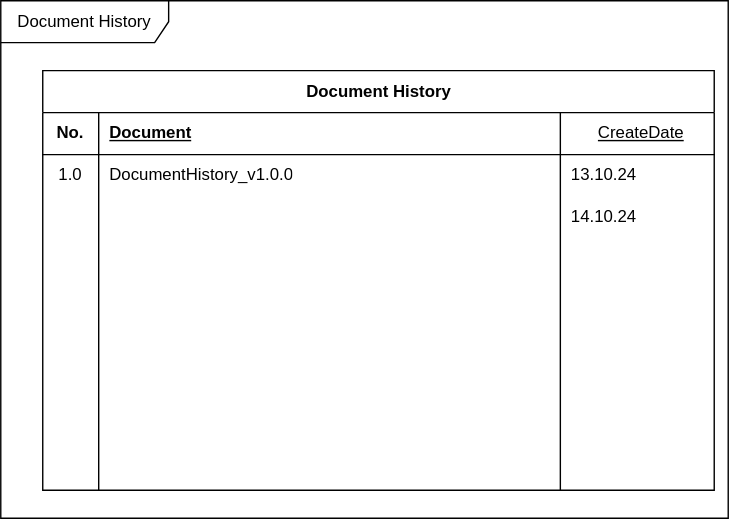
This is Document/WeadinatorDocumentation.svg from cjungwo/Weadinator, a draw.io export, as it was before one commit. Source tidied: cells renumbered, new cells last; positions are measured from the earlier drawing's top-left corner, leaving out a move shared by most shapes.
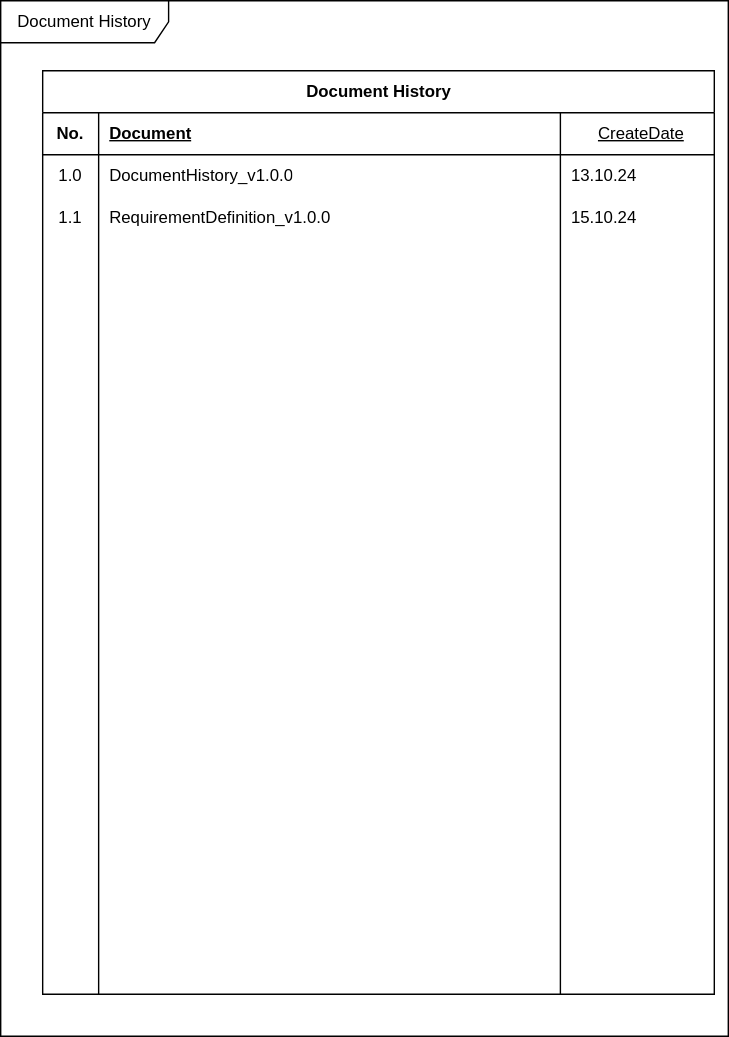
Above is the later version.

Commit message:
#2 - update to add requirement definition

The edit, as a diff of the source:
```diff
@@ -3,10 +3,10 @@
     <mxCell id="0" />
     <mxCell id="1" parent="0" />
     <mxCell id="2" value="Document History" style="shape=umlFrame;whiteSpace=wrap;html=1;width=120;height=30;" parent="1" vertex="1">
-      <mxGeometry width="520" height="370" as="geometry" />
+      <mxGeometry width="520" height="740" as="geometry" />
     </mxCell>
     <mxCell id="3" value="Document History" style="shape=table;startSize=30;rowLines=0;fontStyle=1;align=center;html=1;" parent="2" vertex="1">
-      <mxGeometry x="30" y="50" width="480" height="300" as="geometry" />
+      <mxGeometry x="30" y="50" width="480" height="660" as="geometry" />
     </mxCell>
     <mxCell id="4" style="shape=tableRow;horizontal=0;startSize=0;swimlaneHead=0;swimlaneBody=0;fillColor=none;top=0;left=0;right=0;bottom=1;" parent="3" vertex="1">
       <mxGeometry y="30" width="480" height="30" as="geometry" />
@@ -35,13 +35,13 @@
     <mxCell id="12" style="shape=tableRow;horizontal=0;startSize=0;swimlaneHead=0;swimlaneBody=0;fillColor=none;top=0;left=0;right=0;bottom=0;" parent="3" vertex="1">
       <mxGeometry y="90" width="480" height="30" as="geometry" />
     </mxCell>
-    <mxCell id="13" style="shape=partialRectangle;fillColor=none;top=0;left=0;bottom=0;right=0;overflow=hidden;whiteSpace=wrap;html=1;" parent="12" vertex="1">
+    <mxCell id="13" value="1.1" style="shape=partialRectangle;fillColor=none;top=0;left=0;bottom=0;right=0;overflow=hidden;whiteSpace=wrap;html=1;" parent="12" vertex="1">
       <mxGeometry width="40" height="30" as="geometry" />
     </mxCell>
-    <mxCell id="14" style="shape=partialRectangle;fillColor=none;top=0;left=0;bottom=0;right=0;align=left;spacingLeft=6;overflow=hidden;whiteSpace=wrap;html=1;" parent="12" vertex="1">
+    <mxCell id="14" value="RequirementDefinition_v1.0.0" style="shape=partialRectangle;fillColor=none;top=0;left=0;bottom=0;right=0;align=left;spacingLeft=6;overflow=hidden;whiteSpace=wrap;html=1;" parent="12" vertex="1">
       <mxGeometry x="40" width="330" height="30" as="geometry" />
     </mxCell>
-    <mxCell id="15" value="14.10.24" style="shape=partialRectangle;fillColor=none;top=0;left=0;bottom=0;right=0;align=left;spacingLeft=6;overflow=hidden;whiteSpace=wrap;html=1;" parent="12" vertex="1">
+    <mxCell id="15" value="15.10.24" style="shape=partialRectangle;fillColor=none;top=0;left=0;bottom=0;right=0;align=left;spacingLeft=6;overflow=hidden;whiteSpace=wrap;html=1;" parent="12" vertex="1">
       <mxGeometry x="370" width="110" height="30" as="geometry" />
     </mxCell>
     <mxCell id="16" style="shape=tableRow;horizontal=0;startSize=0;swimlaneHead=0;swimlaneBody=0;fillColor=none;top=0;left=0;right=0;bottom=0;" parent="3" vertex="1">
@@ -116,5 +116,149 @@
     <mxCell id="39" style="shape=partialRectangle;fillColor=none;top=0;left=0;bottom=0;right=0;align=left;spacingLeft=6;overflow=hidden;whiteSpace=wrap;html=1;" parent="36" vertex="1">
       <mxGeometry x="370" width="110" height="30" as="geometry" />
     </mxCell>
+    <mxCell id="40" style="shape=tableRow;horizontal=0;startSize=0;swimlaneHead=0;swimlaneBody=0;fillColor=none;top=0;left=0;right=0;bottom=0;" parent="3" vertex="1">
+      <mxGeometry y="300" width="480" height="30" as="geometry" />
+    </mxCell>
+    <mxCell id="41" style="shape=partialRectangle;fillColor=none;top=0;left=0;bottom=0;right=0;overflow=hidden;whiteSpace=wrap;html=1;" parent="40" vertex="1">
+      <mxGeometry width="40" height="30" as="geometry" />
+    </mxCell>
+    <mxCell id="42" style="shape=partialRectangle;fillColor=none;top=0;left=0;bottom=0;right=0;align=left;spacingLeft=6;overflow=hidden;whiteSpace=wrap;html=1;" parent="40" vertex="1">
+      <mxGeometry x="40" width="330" height="30" as="geometry" />
+    </mxCell>
+    <mxCell id="43" style="shape=partialRectangle;fillColor=none;top=0;left=0;bottom=0;right=0;align=left;spacingLeft=6;overflow=hidden;whiteSpace=wrap;html=1;" parent="40" vertex="1">
+      <mxGeometry x="370" width="110" height="30" as="geometry" />
+    </mxCell>
+    <mxCell id="44" style="shape=tableRow;horizontal=0;startSize=0;swimlaneHead=0;swimlaneBody=0;fillColor=none;top=0;left=0;right=0;bottom=0;" parent="3" vertex="1">
+      <mxGeometry y="330" width="480" height="30" as="geometry" />
+    </mxCell>
+    <mxCell id="45" style="shape=partialRectangle;fillColor=none;top=0;left=0;bottom=0;right=0;overflow=hidden;whiteSpace=wrap;html=1;" parent="44" vertex="1">
+      <mxGeometry width="40" height="30" as="geometry" />
+    </mxCell>
+    <mxCell id="46" style="shape=partialRectangle;fillColor=none;top=0;left=0;bottom=0;right=0;align=left;spacingLeft=6;overflow=hidden;whiteSpace=wrap;html=1;" parent="44" vertex="1">
+      <mxGeometry x="40" width="330" height="30" as="geometry" />
+    </mxCell>
+    <mxCell id="47" style="shape=partialRectangle;fillColor=none;top=0;left=0;bottom=0;right=0;align=left;spacingLeft=6;overflow=hidden;whiteSpace=wrap;html=1;" parent="44" vertex="1">
+      <mxGeometry x="370" width="110" height="30" as="geometry" />
+    </mxCell>
+    <mxCell id="48" style="shape=tableRow;horizontal=0;startSize=0;swimlaneHead=0;swimlaneBody=0;fillColor=none;top=0;left=0;right=0;bottom=0;" parent="3" vertex="1">
+      <mxGeometry y="360" width="480" height="30" as="geometry" />
+    </mxCell>
+    <mxCell id="49" style="shape=partialRectangle;fillColor=none;top=0;left=0;bottom=0;right=0;overflow=hidden;whiteSpace=wrap;html=1;" parent="48" vertex="1">
+      <mxGeometry width="40" height="30" as="geometry" />
+    </mxCell>
+    <mxCell id="50" style="shape=partialRectangle;fillColor=none;top=0;left=0;bottom=0;right=0;align=left;spacingLeft=6;overflow=hidden;whiteSpace=wrap;html=1;" parent="48" vertex="1">
+      <mxGeometry x="40" width="330" height="30" as="geometry" />
+    </mxCell>
+    <mxCell id="51" style="shape=partialRectangle;fillColor=none;top=0;left=0;bottom=0;right=0;align=left;spacingLeft=6;overflow=hidden;whiteSpace=wrap;html=1;" parent="48" vertex="1">
+      <mxGeometry x="370" width="110" height="30" as="geometry" />
+    </mxCell>
+    <mxCell id="52" style="shape=tableRow;horizontal=0;startSize=0;swimlaneHead=0;swimlaneBody=0;fillColor=none;top=0;left=0;right=0;bottom=0;" parent="3" vertex="1">
+      <mxGeometry y="390" width="480" height="30" as="geometry" />
+    </mxCell>
+    <mxCell id="53" style="shape=partialRectangle;fillColor=none;top=0;left=0;bottom=0;right=0;overflow=hidden;whiteSpace=wrap;html=1;" parent="52" vertex="1">
+      <mxGeometry width="40" height="30" as="geometry" />
+    </mxCell>
+    <mxCell id="54" style="shape=partialRectangle;fillColor=none;top=0;left=0;bottom=0;right=0;align=left;spacingLeft=6;overflow=hidden;whiteSpace=wrap;html=1;" parent="52" vertex="1">
+      <mxGeometry x="40" width="330" height="30" as="geometry" />
+    </mxCell>
+    <mxCell id="55" style="shape=partialRectangle;fillColor=none;top=0;left=0;bottom=0;right=0;align=left;spacingLeft=6;overflow=hidden;whiteSpace=wrap;html=1;" parent="52" vertex="1">
+      <mxGeometry x="370" width="110" height="30" as="geometry" />
+    </mxCell>
+    <mxCell id="56" style="shape=tableRow;horizontal=0;startSize=0;swimlaneHead=0;swimlaneBody=0;fillColor=none;top=0;left=0;right=0;bottom=0;" parent="3" vertex="1">
+      <mxGeometry y="420" width="480" height="30" as="geometry" />
+    </mxCell>
+    <mxCell id="57" style="shape=partialRectangle;fillColor=none;top=0;left=0;bottom=0;right=0;overflow=hidden;whiteSpace=wrap;html=1;" parent="56" vertex="1">
+      <mxGeometry width="40" height="30" as="geometry" />
+    </mxCell>
+    <mxCell id="58" style="shape=partialRectangle;fillColor=none;top=0;left=0;bottom=0;right=0;align=left;spacingLeft=6;overflow=hidden;whiteSpace=wrap;html=1;" parent="56" vertex="1">
+      <mxGeometry x="40" width="330" height="30" as="geometry" />
+    </mxCell>
+    <mxCell id="59" style="shape=partialRectangle;fillColor=none;top=0;left=0;bottom=0;right=0;align=left;spacingLeft=6;overflow=hidden;whiteSpace=wrap;html=1;" parent="56" vertex="1">
+      <mxGeometry x="370" width="110" height="30" as="geometry" />
+    </mxCell>
+    <mxCell id="60" style="shape=tableRow;horizontal=0;startSize=0;swimlaneHead=0;swimlaneBody=0;fillColor=none;top=0;left=0;right=0;bottom=0;" parent="3" vertex="1">
+      <mxGeometry y="450" width="480" height="30" as="geometry" />
+    </mxCell>
+    <mxCell id="61" style="shape=partialRectangle;fillColor=none;top=0;left=0;bottom=0;right=0;overflow=hidden;whiteSpace=wrap;html=1;" parent="60" vertex="1">
+      <mxGeometry width="40" height="30" as="geometry" />
+    </mxCell>
+    <mxCell id="62" style="shape=partialRectangle;fillColor=none;top=0;left=0;bottom=0;right=0;align=left;spacingLeft=6;overflow=hidden;whiteSpace=wrap;html=1;" parent="60" vertex="1">
+      <mxGeometry x="40" width="330" height="30" as="geometry" />
+    </mxCell>
+    <mxCell id="63" style="shape=partialRectangle;fillColor=none;top=0;left=0;bottom=0;right=0;align=left;spacingLeft=6;overflow=hidden;whiteSpace=wrap;html=1;" parent="60" vertex="1">
+      <mxGeometry x="370" width="110" height="30" as="geometry" />
+    </mxCell>
+    <mxCell id="64" style="shape=tableRow;horizontal=0;startSize=0;swimlaneHead=0;swimlaneBody=0;fillColor=none;top=0;left=0;right=0;bottom=0;" parent="3" vertex="1">
+      <mxGeometry y="480" width="480" height="30" as="geometry" />
+    </mxCell>
+    <mxCell id="65" style="shape=partialRectangle;fillColor=none;top=0;left=0;bottom=0;right=0;overflow=hidden;whiteSpace=wrap;html=1;" parent="64" vertex="1">
+      <mxGeometry width="40" height="30" as="geometry" />
+    </mxCell>
+    <mxCell id="66" style="shape=partialRectangle;fillColor=none;top=0;left=0;bottom=0;right=0;align=left;spacingLeft=6;overflow=hidden;whiteSpace=wrap;html=1;" parent="64" vertex="1">
+      <mxGeometry x="40" width="330" height="30" as="geometry" />
+    </mxCell>
+    <mxCell id="67" style="shape=partialRectangle;fillColor=none;top=0;left=0;bottom=0;right=0;align=left;spacingLeft=6;overflow=hidden;whiteSpace=wrap;html=1;" parent="64" vertex="1">
+      <mxGeometry x="370" width="110" height="30" as="geometry" />
+    </mxCell>
+    <mxCell id="68" style="shape=tableRow;horizontal=0;startSize=0;swimlaneHead=0;swimlaneBody=0;fillColor=none;top=0;left=0;right=0;bottom=0;" parent="3" vertex="1">
+      <mxGeometry y="510" width="480" height="30" as="geometry" />
+    </mxCell>
+    <mxCell id="69" style="shape=partialRectangle;fillColor=none;top=0;left=0;bottom=0;right=0;overflow=hidden;whiteSpace=wrap;html=1;" parent="68" vertex="1">
+      <mxGeometry width="40" height="30" as="geometry" />
+    </mxCell>
+    <mxCell id="70" style="shape=partialRectangle;fillColor=none;top=0;left=0;bottom=0;right=0;align=left;spacingLeft=6;overflow=hidden;whiteSpace=wrap;html=1;" parent="68" vertex="1">
+      <mxGeometry x="40" width="330" height="30" as="geometry" />
+    </mxCell>
+    <mxCell id="71" style="shape=partialRectangle;fillColor=none;top=0;left=0;bottom=0;right=0;align=left;spacingLeft=6;overflow=hidden;whiteSpace=wrap;html=1;" parent="68" vertex="1">
+      <mxGeometry x="370" width="110" height="30" as="geometry" />
+    </mxCell>
+    <mxCell id="72" style="shape=tableRow;horizontal=0;startSize=0;swimlaneHead=0;swimlaneBody=0;fillColor=none;top=0;left=0;right=0;bottom=0;" parent="3" vertex="1">
+      <mxGeometry y="540" width="480" height="30" as="geometry" />
+    </mxCell>
+    <mxCell id="73" style="shape=partialRectangle;fillColor=none;top=0;left=0;bottom=0;right=0;overflow=hidden;whiteSpace=wrap;html=1;" parent="72" vertex="1">
+      <mxGeometry width="40" height="30" as="geometry" />
+    </mxCell>
+    <mxCell id="74" style="shape=partialRectangle;fillColor=none;top=0;left=0;bottom=0;right=0;align=left;spacingLeft=6;overflow=hidden;whiteSpace=wrap;html=1;" parent="72" vertex="1">
+      <mxGeometry x="40" width="330" height="30" as="geometry" />
+    </mxCell>
+    <mxCell id="75" style="shape=partialRectangle;fillColor=none;top=0;left=0;bottom=0;right=0;align=left;spacingLeft=6;overflow=hidden;whiteSpace=wrap;html=1;" parent="72" vertex="1">
+      <mxGeometry x="370" width="110" height="30" as="geometry" />
+    </mxCell>
+    <mxCell id="76" style="shape=tableRow;horizontal=0;startSize=0;swimlaneHead=0;swimlaneBody=0;fillColor=none;top=0;left=0;right=0;bottom=0;" parent="3" vertex="1">
+      <mxGeometry y="570" width="480" height="30" as="geometry" />
+    </mxCell>
+    <mxCell id="77" style="shape=partialRectangle;fillColor=none;top=0;left=0;bottom=0;right=0;overflow=hidden;whiteSpace=wrap;html=1;" parent="76" vertex="1">
+      <mxGeometry width="40" height="30" as="geometry" />
+    </mxCell>
+    <mxCell id="78" style="shape=partialRectangle;fillColor=none;top=0;left=0;bottom=0;right=0;align=left;spacingLeft=6;overflow=hidden;whiteSpace=wrap;html=1;" parent="76" vertex="1">
+      <mxGeometry x="40" width="330" height="30" as="geometry" />
+    </mxCell>
+    <mxCell id="79" style="shape=partialRectangle;fillColor=none;top=0;left=0;bottom=0;right=0;align=left;spacingLeft=6;overflow=hidden;whiteSpace=wrap;html=1;" parent="76" vertex="1">
+      <mxGeometry x="370" width="110" height="30" as="geometry" />
+    </mxCell>
+    <mxCell id="80" style="shape=tableRow;horizontal=0;startSize=0;swimlaneHead=0;swimlaneBody=0;fillColor=none;top=0;left=0;right=0;bottom=0;" parent="3" vertex="1">
+      <mxGeometry y="600" width="480" height="30" as="geometry" />
+    </mxCell>
+    <mxCell id="81" style="shape=partialRectangle;fillColor=none;top=0;left=0;bottom=0;right=0;overflow=hidden;whiteSpace=wrap;html=1;" parent="80" vertex="1">
+      <mxGeometry width="40" height="30" as="geometry" />
+    </mxCell>
+    <mxCell id="82" style="shape=partialRectangle;fillColor=none;top=0;left=0;bottom=0;right=0;align=left;spacingLeft=6;overflow=hidden;whiteSpace=wrap;html=1;" parent="80" vertex="1">
+      <mxGeometry x="40" width="330" height="30" as="geometry" />
+    </mxCell>
+    <mxCell id="83" style="shape=partialRectangle;fillColor=none;top=0;left=0;bottom=0;right=0;align=left;spacingLeft=6;overflow=hidden;whiteSpace=wrap;html=1;" parent="80" vertex="1">
+      <mxGeometry x="370" width="110" height="30" as="geometry" />
+    </mxCell>
+    <mxCell id="84" style="shape=tableRow;horizontal=0;startSize=0;swimlaneHead=0;swimlaneBody=0;fillColor=none;top=0;left=0;right=0;bottom=0;" parent="3" vertex="1">
+      <mxGeometry y="630" width="480" height="30" as="geometry" />
+    </mxCell>
+    <mxCell id="85" style="shape=partialRectangle;fillColor=none;top=0;left=0;bottom=0;right=0;overflow=hidden;whiteSpace=wrap;html=1;" parent="84" vertex="1">
+      <mxGeometry width="40" height="30" as="geometry" />
+    </mxCell>
+    <mxCell id="86" style="shape=partialRectangle;fillColor=none;top=0;left=0;bottom=0;right=0;align=left;spacingLeft=6;overflow=hidden;whiteSpace=wrap;html=1;" parent="84" vertex="1">
+      <mxGeometry x="40" width="330" height="30" as="geometry" />
+    </mxCell>
+    <mxCell id="87" style="shape=partialRectangle;fillColor=none;top=0;left=0;bottom=0;right=0;align=left;spacingLeft=6;overflow=hidden;whiteSpace=wrap;html=1;" parent="84" vertex="1">
+      <mxGeometry x="370" width="110" height="30" as="geometry" />
+    </mxCell>
   </root>
 </mxGraphModel>
```
